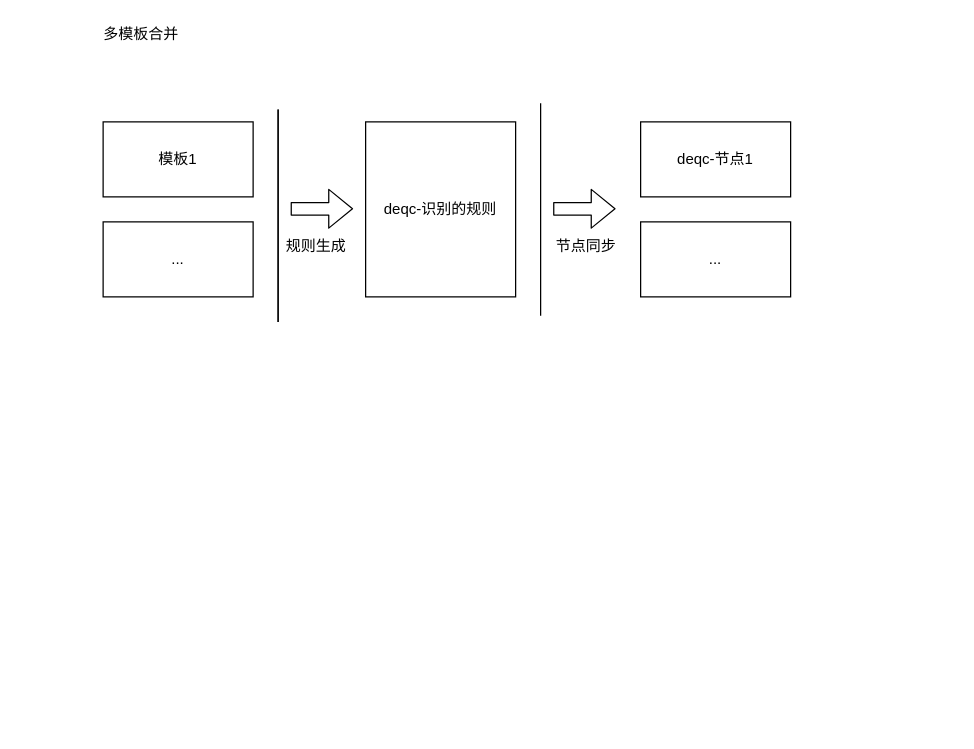
The draw.io diagram rongda-dep/rule sync.drawio in cherishsince/diagrams.net, before the edit. Source tidied: cells renumbered, new cells numbered last; positions are measured from the earlier drawing's top-left corner, leaving out a move shared by most shapes. Both pictures are drawn from the tidied source at 125%, with x=0, y=0 at pixel (90, 21).
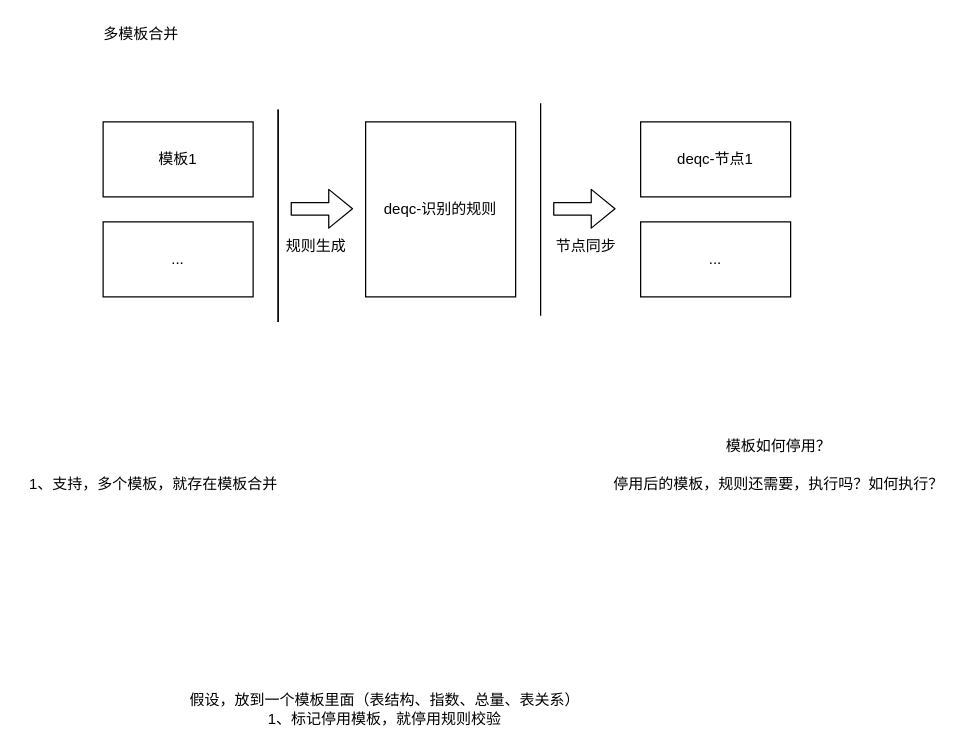
The same diagram, later.

Change to the diagram source:
```diff
@@
+    <mxCell id="15" value="1、支持，多个模板，就存在模板合并" style="text;html=1;align=center;verticalAlign=middle;strokeColor=none;" parent="1" vertex="1">
+      <mxGeometry x="-55" y="360" width="210" height="20" as="geometry" />
+    </mxCell>
+    <mxCell id="16" value="模板如何停用？" style="text;html=1;align=center;verticalAlign=middle;strokeColor=none;" parent="1" vertex="1">
+      <mxGeometry x="500" y="330" width="100" height="20" as="geometry" />
+    </mxCell>
+    <mxCell id="17" value="停用后的模板，规则还需要，执行吗？如何执行？&lt;br&gt;" style="text;html=1;align=center;verticalAlign=middle;strokeColor=none;" parent="1" vertex="1">
+      <mxGeometry x="410" y="360" width="280" height="20" as="geometry" />
+    </mxCell>
+    <mxCell id="18" value="假设，放到一个模板里面（表结构、指数、总量、表关系）&lt;br&gt;1、标记停用模板，就停用规则校验" style="text;html=1;align=center;verticalAlign=middle;strokeColor=none;" parent="1" vertex="1">
+      <mxGeometry x="70" y="535" width="330" height="30" as="geometry" />
+    </mxCell>
```
